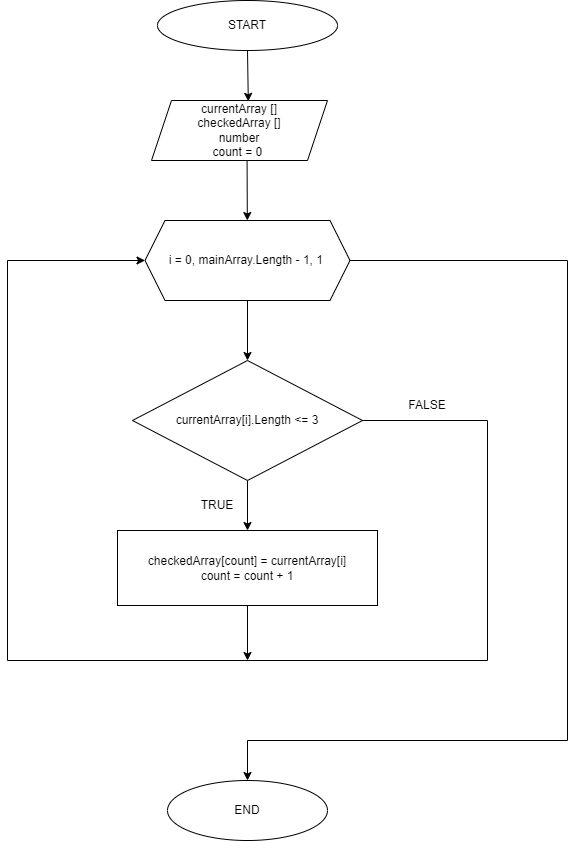
Before: Diagram.drawio.png, a diagram exported from draw.io (s-metrolog-s/Final_task). Source tidied: cells renumbered, new cells last; positions are measured from the earlier drawing's top-left corner, leaving out a move shared by most shapes.
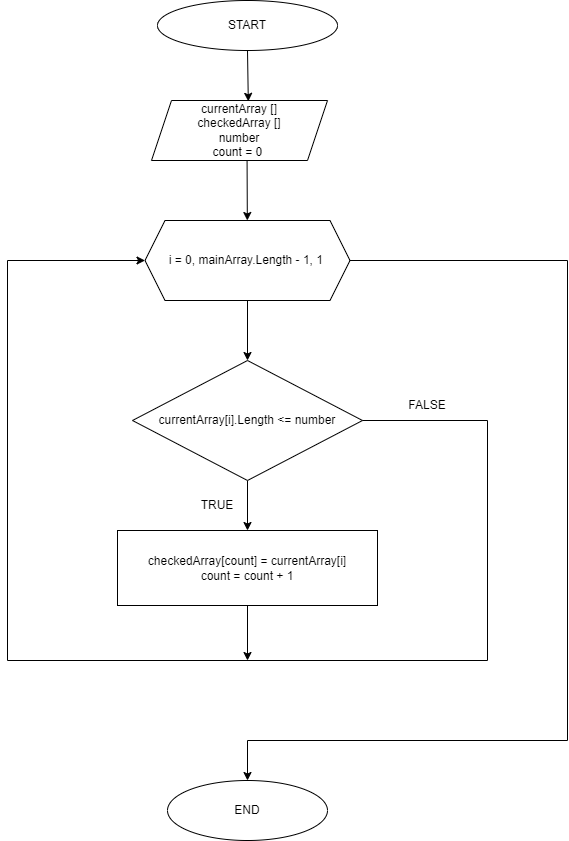
After the commit.

Commit message:
Блок-схема основного метода (+поправил названия переменных)

Change to the diagram source:
```diff
@@ -20,7 +20,7 @@
     <mxCell id="7" style="edgeStyle=none;html=1;" parent="1" edge="1" source="8" target="9">
       <mxGeometry relative="1" as="geometry" />
     </mxCell>
-    <mxCell id="8" value="currentArray[i].Length &amp;lt;= 3" style="rhombus;whiteSpace=wrap;html=1;" parent="1" vertex="1">
+    <mxCell id="8" value="currentArray[i].Length &amp;lt;= number" style="rhombus;whiteSpace=wrap;html=1;" parent="1" vertex="1">
       <mxGeometry x="125" y="360" width="230" height="120" as="geometry" />
     </mxCell>
     <mxCell id="9" value="checkedArray[count] = currentArray[i]&lt;br&gt;count = count + 1" style="whiteSpace=wrap;html=1;" parent="1" vertex="1">
```
